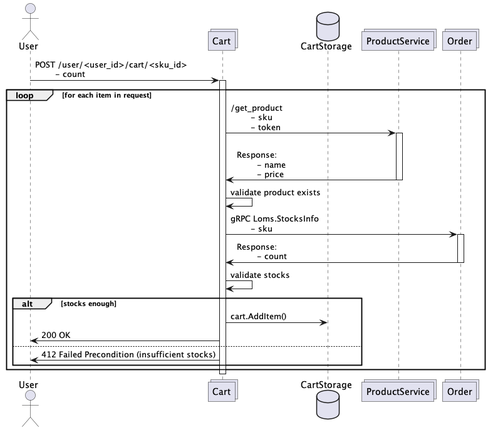
DimaSidorenko/logistics-platform keeps this PlantUML diagram as docs/homework-3/img/cart-cart-item-add.png. Above is the earlier version. Its source is kept beside it as docs/homework-3/img/cart-cart-item-add.plantuml. The source it was exported from:
```plantuml
@startuml

actor User as u
collections Cart as c
database CartStorage as cs
collections ProductService as p
collections Order as o

u -> c : POST /user/<user_id>/cart/<sku_id>\n\t- count
activate c
loop for each item in request
  c -> p : /get_product\n\t- sku\n\t- token
  activate p
    p -> c : \nResponse:\n\t- name\n\t- price
  deactivate p
  c -> c : validate product exists

  c -> o : gRPC Loms.StocksInfo\n\t- sku
  activate o
    o -> c : Response:\n\t- count
  deactivate o
  c -> c : validate stocks
  alt stocks enough
    c -> cs : cart.AddItem()
    c -> u : 200 OK
  else
    c -> u : 412 Failed Precondition (insufficient stocks)
  end
end
deactivate c

@enduml
```
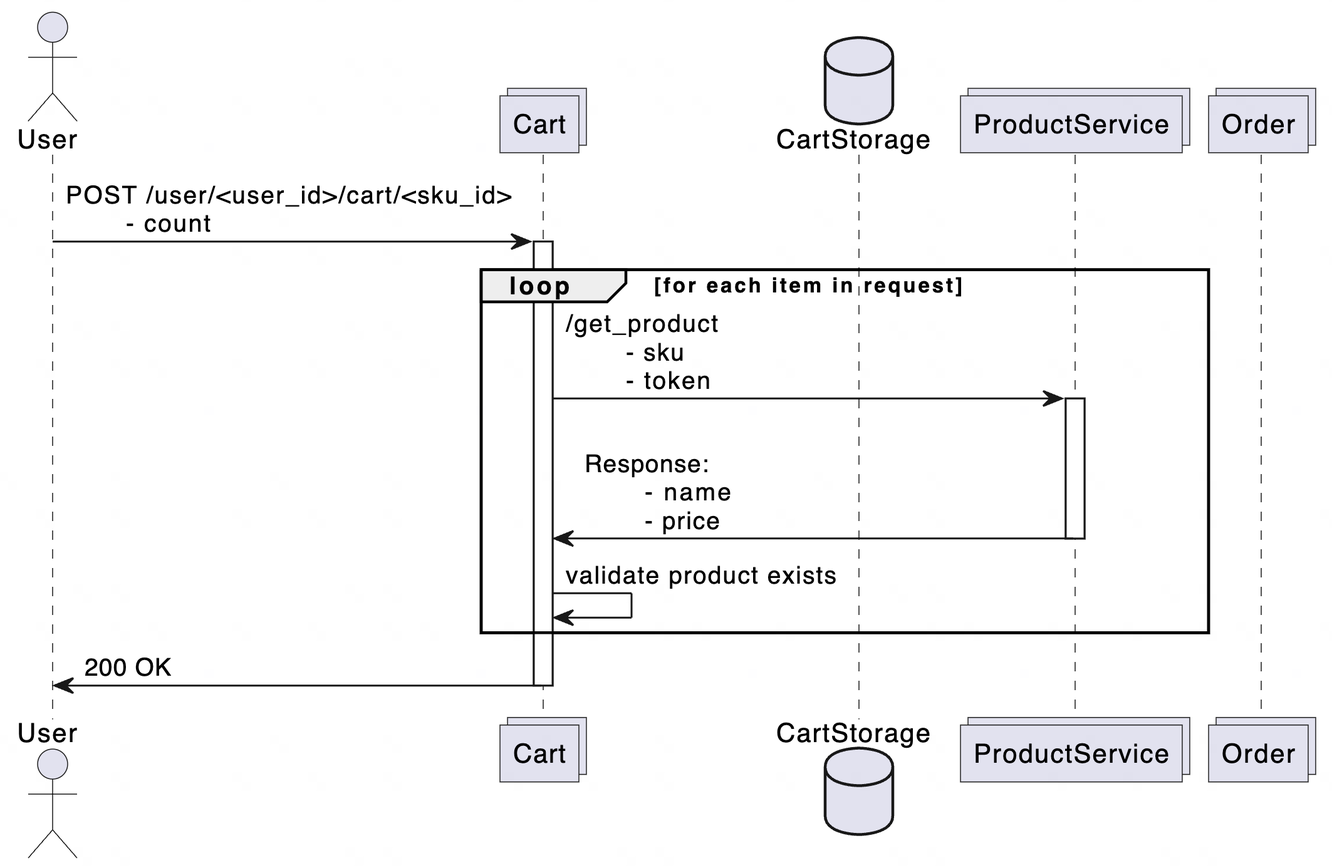
After the commit.

Diff of the diagram source:
```diff
@@ -14,19 +14,8 @@
     p -> c : \nResponse:\n\t- name\n\t- price
   deactivate p
   c -> c : validate product exists
-
-  c -> o : gRPC Loms.StocksInfo\n\t- sku
-  activate o
-    o -> c : Response:\n\t- count
-  deactivate o
-  c -> c : validate stocks
-  alt stocks enough
-    c -> cs : cart.AddItem()
-    c -> u : 200 OK
-  else
-    c -> u : 412 Failed Precondition (insufficient stocks)
-  end
 end
+c -> u : 200 OK
 deactivate c
 
 @enduml
```
